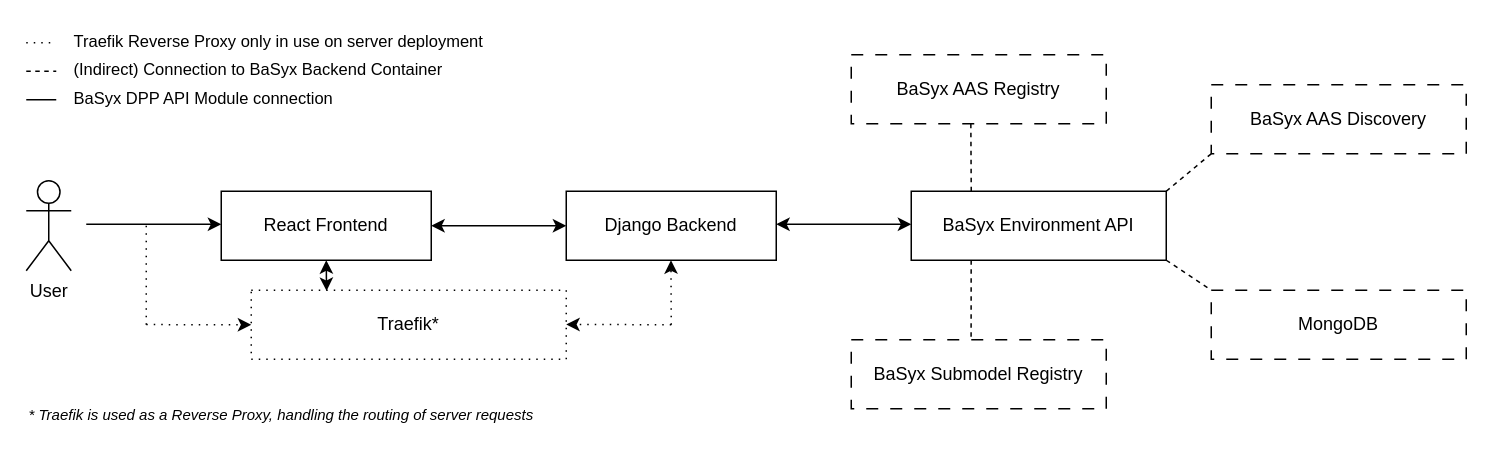
This is PROJECT/SAS/src/grey-box-view/TINF24F_SAS_Team_6_Grey-Box-View.drawio from DHBW-TINF24F/Team6-BaSyx-DPP-API, a draw.io file, before an edit. Source tidied: cells renumbered, new cells numbered last; positions are measured from the earlier drawing's top-left corner, leaving out a move shared by most shapes. Both pictures are drawn from the tidied source at 150%, with x=0, y=0 at pixel (26, 26).
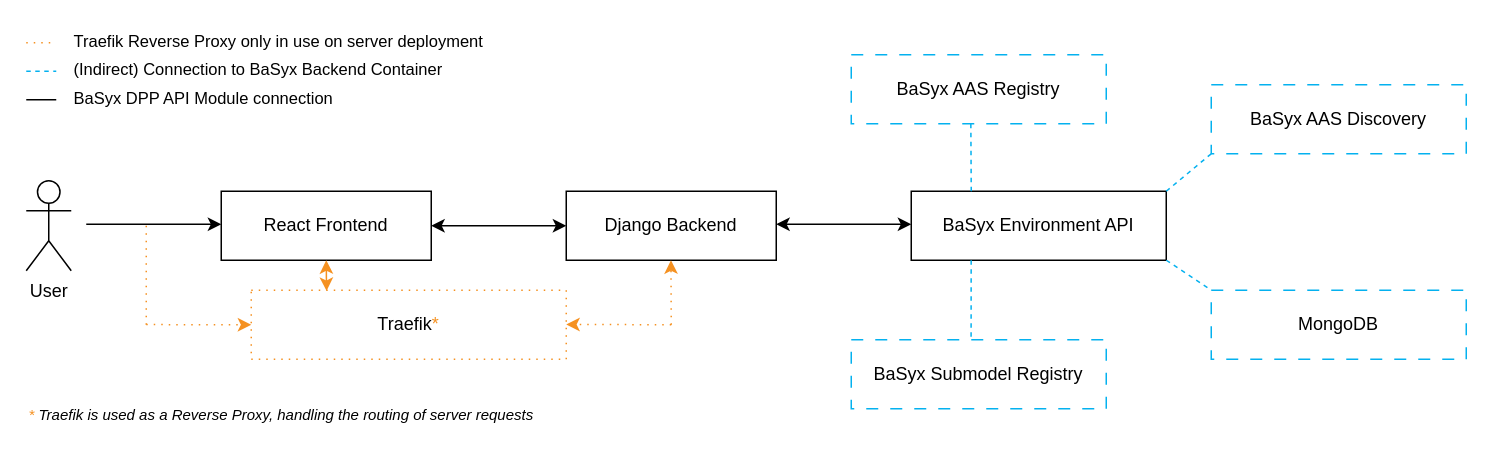
After the change.

The change refers to these unchanged cells:
```xml
<mxCell id="4" value="React Frontend" style="rounded=0;whiteSpace=wrap;html=1;" parent="1" vertex="1">
  <mxGeometry x="130" y="110" width="140" height="46" as="geometry" />
</mxCell>
<mxCell id="8" value="BaSyx Environment API" style="rounded=0;whiteSpace=wrap;html=1;" parent="1" vertex="1">
  <mxGeometry x="590" y="110" width="170" height="46" as="geometry" />
</mxCell>
<mxCell id="23" style="group;" parent="1" vertex="1">
  <mxGeometry y="19" width="280" height="20" as="geometry" />
</mxCell>
<mxCell id="30" style="group;" parent="1" vertex="1">
  <mxGeometry width="310" height="20" as="geometry" />
</mxCell>
```

The edit, as a diff of the source:
```diff
@@
-    <mxCell id="9" style="endArrow=none;html=1;rounded=0;shadow=0;flowAnimation=0;curved=0;jumpSize=6;dashed=1;dashPattern=1 4;" parent="1" edge="1">
+    <mxCell id="9" style="endArrow=none;html=1;rounded=0;shadow=0;flowAnimation=0;curved=0;jumpSize=6;dashed=1;dashPattern=1 4;strokeColor=#F59121;" parent="1" edge="1">
       <mxGeometry relative="1" as="geometry">
         <mxPoint x="80" y="199" as="sourcePoint" />
         <mxPoint x="80" y="132" as="targetPoint" />
       </mxGeometry>
     </mxCell>
-    <mxCell id="10" style="endArrow=classic;html=1;rounded=0;startArrow=none;startFill=0;endFill=1;dashed=1;dashPattern=1 4;" parent="1" edge="1">
+    <mxCell id="10" style="endArrow=classic;html=1;rounded=0;startArrow=none;startFill=0;endFill=1;dashed=1;dashPattern=1 4;strokeColor=#F59121;" parent="1" edge="1">
       <mxGeometry relative="1" as="geometry">
         <mxPoint x="430" y="199" as="sourcePoint" />
         <mxPoint x="429.8" y="156" as="targetPoint" />
       </mxGeometry>
     </mxCell>
-    <mxCell id="11" value="Traefik*" style="rounded=0;whiteSpace=wrap;html=1;rotation=0;dashed=1;dashPattern=1 4;" parent="1" vertex="1">
+    <mxCell id="11" value="&lt;font style=&quot;color: rgb(0, 0, 0);&quot;&gt;Traefik&lt;/font&gt;&lt;font style=&quot;color: rgb(245, 145, 33);&quot;&gt;*&lt;/font&gt;" style="rounded=0;whiteSpace=wrap;html=1;rotation=0;dashed=1;dashPattern=1 4;strokeColor=#F59121;" parent="1" vertex="1">
       <mxGeometry x="150" y="176" width="210" height="46" as="geometry" />
     </mxCell>
-    <mxCell id="12" style="endArrow=classic;html=1;rounded=0;dashed=1;dashPattern=1 4;" parent="1" edge="1">
+    <mxCell id="12" style="endArrow=classic;html=1;rounded=0;dashed=1;dashPattern=1 4;strokeColor=#F59121;" parent="1" edge="1">
       <mxGeometry relative="1" as="geometry">
         <mxPoint x="80" y="198.9" as="sourcePoint" />
         <mxPoint x="150" y="199" as="targetPoint" />
       </mxGeometry>
     </mxCell>
-    <mxCell id="13" style="endArrow=classic;html=1;rounded=0;dashed=1;dashPattern=1 4;" parent="1" edge="1">
+    <mxCell id="13" style="endArrow=classic;html=1;rounded=0;dashed=1;dashPattern=1 4;strokeColor=#F59121;" parent="1" edge="1">
       <mxGeometry relative="1" as="geometry">
         <mxPoint x="430" y="199" as="sourcePoint" />
         <mxPoint x="360" y="198.8" as="targetPoint" />
       </mxGeometry>
     </mxCell>
-    <mxCell id="14" style="endArrow=classic;startArrow=classic;html=1;rounded=0;entryX=0.5;entryY=1;entryDx=0;entryDy=0;exitX=0.239;exitY=0.01;exitDx=0;exitDy=0;exitPerimeter=0;" parent="1" edge="1" source="11" target="4">
+    <mxCell id="14" style="endArrow=classic;startArrow=classic;html=1;rounded=0;entryX=0.5;entryY=1;entryDx=0;entryDy=0;exitX=0.239;exitY=0.01;exitDx=0;exitDy=0;exitPerimeter=0;strokeColor=#F59121;" parent="1" edge="1" source="11" target="4">
       <mxGeometry relative="1" as="geometry" />
     </mxCell>
-    <mxCell id="15" style="endArrow=none;dashed=1;html=1;rounded=0;entryX=0.469;entryY=1;entryDx=0;entryDy=0;entryPerimeter=0;" parent="1" edge="1" target="16">
+    <mxCell id="15" style="endArrow=none;dashed=1;html=1;rounded=0;entryX=0.469;entryY=1;entryDx=0;entryDy=0;entryPerimeter=0;strokeColor=#04B1EF;" parent="1" edge="1" target="16">
       <mxGeometry relative="1" as="geometry">
         <mxPoint x="630" y="110" as="sourcePoint" />
       </mxGeometry>
     </mxCell>
-    <mxCell id="16" value="BaSyx AAS Registry" style="rounded=0;whiteSpace=wrap;html=1;dashed=1;dashPattern=8 8;" parent="1" vertex="1">
+    <mxCell id="16" value="BaSyx AAS Registry" style="rounded=0;whiteSpace=wrap;html=1;dashed=1;dashPattern=8 8;strokeColor=#04B1EF;" parent="1" vertex="1">
       <mxGeometry x="550" y="19" width="170" height="46" as="geometry" />
     </mxCell>
-    <mxCell id="17" value="BaSyx AAS Discovery" style="rounded=0;whiteSpace=wrap;html=1;dashed=1;dashPattern=8 8;" parent="1" vertex="1">
+    <mxCell id="17" value="BaSyx AAS Discovery" style="rounded=0;whiteSpace=wrap;html=1;dashed=1;dashPattern=8 8;strokeColor=#04B1EF;" parent="1" vertex="1">
       <mxGeometry x="790" y="39" width="170" height="46" as="geometry" />
     </mxCell>
-    <mxCell id="18" value="BaSyx Submodel Registry" style="rounded=0;whiteSpace=wrap;html=1;dashed=1;dashPattern=8 8;" parent="1" vertex="1">
+    <mxCell id="18" value="BaSyx Submodel Registry" style="rounded=0;whiteSpace=wrap;html=1;dashed=1;dashPattern=8 8;strokeColor=#04B1EF;" parent="1" vertex="1">
       <mxGeometry x="550" y="209" width="170" height="46" as="geometry" />
     </mxCell>
-    <mxCell id="19" value="MongoDB" style="rounded=0;whiteSpace=wrap;html=1;dashed=1;dashPattern=8 8;" parent="1" vertex="1">
+    <mxCell id="19" value="MongoDB" style="rounded=0;whiteSpace=wrap;html=1;dashed=1;dashPattern=8 8;strokeColor=#04B1EF;" parent="1" vertex="1">
       <mxGeometry x="790" y="176" width="170" height="46" as="geometry" />
     </mxCell>
-    <mxCell id="20" style="endArrow=none;dashed=1;html=1;rounded=0;entryX=0;entryY=1;entryDx=0;entryDy=0;exitX=1;exitY=0;exitDx=0;exitDy=0;" parent="1" edge="1" source="8" target="17">
+    <mxCell id="20" style="endArrow=none;dashed=1;html=1;rounded=0;entryX=0;entryY=1;entryDx=0;entryDy=0;exitX=1;exitY=0;exitDx=0;exitDy=0;strokeColor=#04B1EF;" parent="1" edge="1" source="8" target="17">
       <mxGeometry relative="1" as="geometry" />
     </mxCell>
-    <mxCell id="21" style="endArrow=none;dashed=1;html=1;rounded=0;entryX=0;entryY=0;entryDx=0;entryDy=0;exitX=1;exitY=1;exitDx=0;exitDy=0;" parent="1" edge="1" source="8" target="19">
+    <mxCell id="21" style="endArrow=none;dashed=1;html=1;rounded=0;entryX=0;entryY=0;entryDx=0;entryDy=0;exitX=1;exitY=1;exitDx=0;exitDy=0;strokeColor=#04B1EF;" parent="1" edge="1" source="8" target="19">
       <mxGeometry relative="1" as="geometry" />
     </mxCell>
-    <mxCell id="22" style="endArrow=none;dashed=1;html=1;rounded=0;entryX=0.47;entryY=-0.011;entryDx=0;entryDy=0;exitX=0.235;exitY=1;exitDx=0;exitDy=0;entryPerimeter=0;exitPerimeter=0;" parent="1" edge="1" source="8" target="18">
+    <mxCell id="22" style="endArrow=none;dashed=1;html=1;rounded=0;entryX=0.47;entryY=-0.011;entryDx=0;entryDy=0;exitX=0.235;exitY=1;exitDx=0;exitDy=0;entryPerimeter=0;exitPerimeter=0;strokeColor=#04B1EF;" parent="1" edge="1" source="8" target="18">
       <mxGeometry relative="1" as="geometry" />
     </mxCell>
@@
-    <mxCell id="24" style="endArrow=none;dashed=1;html=1;rounded=0;" parent="23" edge="1">
+    <mxCell id="24" style="endArrow=none;dashed=1;html=1;rounded=0;strokeColor=#04B1EF;" parent="23" edge="1">
       <mxGeometry relative="1" as="geometry">
         <mxPoint y="11" as="sourcePoint" />
         <mxPoint x="20" y="11" as="targetPoint" />
       </mxGeometry>
     </mxCell>
@@
-    <mxCell id="29" value="&lt;i&gt;* Traefik is used as a Reverse Proxy, handling the routing of server requests&lt;/i&gt;" style="text;html=1;whiteSpace=wrap;strokeColor=none;fillColor=none;align=left;verticalAlign=middle;rounded=0;fontSize=10;" parent="1" vertex="1">
+    <mxCell id="29" value="&lt;i&gt;&lt;font style=&quot;color: rgb(245, 145, 33);&quot;&gt;*&lt;/font&gt; Traefik is used as a Reverse Proxy, handling the routing of server requests&lt;/i&gt;" style="text;html=1;whiteSpace=wrap;strokeColor=none;fillColor=none;align=left;verticalAlign=middle;rounded=0;fontSize=10;" parent="1" vertex="1">
       <mxGeometry y="249" width="380" height="20" as="geometry" />
     </mxCell>
@@
-    <mxCell id="31" style="endArrow=none;dashed=1;html=1;rounded=0;dashPattern=1 4;" parent="30" edge="1">
+    <mxCell id="31" style="endArrow=none;dashed=1;html=1;rounded=0;dashPattern=1 4;strokeColor=#F59121;" parent="30" edge="1">
       <mxGeometry relative="1" as="geometry">
         <mxPoint y="11" as="sourcePoint" />
         <mxPoint x="20" y="11" as="targetPoint" />
       </mxGeometry>
     </mxCell>
```
